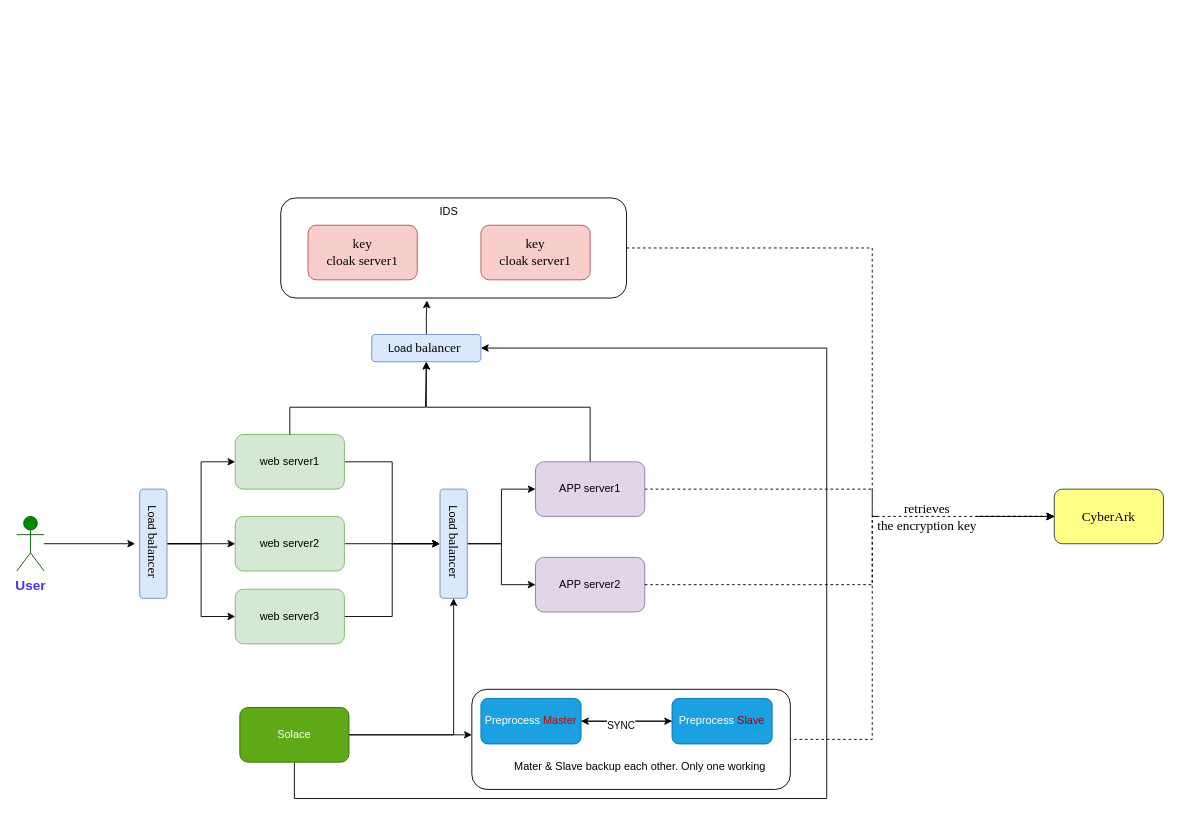
The draw.io diagram page "System Arth" (3 of 3) of design-uml/src/main/Untitled Diagram.drawio in alvin-zj/MyUml, before the edit. Source tidied: cells renumbered, new cells numbered last; positions are measured from the earlier drawing's top-left corner, leaving out a move shared by most shapes. Both pictures are drawn from the tidied source at 91%, with x=0, y=0 at pixel (16, 197).
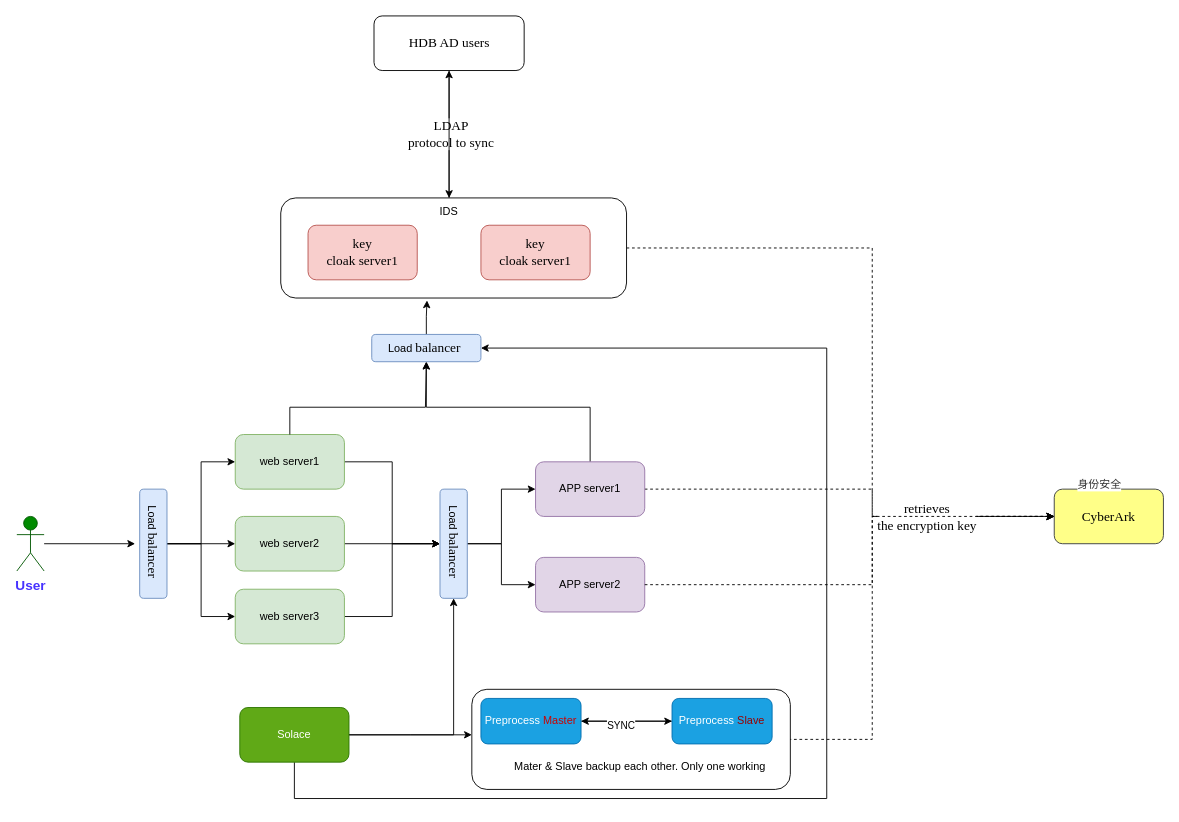
Above is the later version.

The change refers to these unchanged cells:
```xml
<mxCell id="22" value="IDS" style="text;html=1;whiteSpace=wrap;strokeColor=none;fillColor=none;align=center;verticalAlign=middle;rounded=0;" parent="1" vertex="1">
  <mxGeometry x="445" width="60" height="30" as="geometry" />
</mxCell>
```

Change to the diagram source:
```diff
@@
+    <mxCell id="45" style="edgeStyle=orthogonalEdgeStyle;rounded=0;jettySize=auto;html=1;" parent="1" edge="1" source="22" target="48">
+      <mxGeometry relative="1" as="geometry" />
+    </mxCell>
+    <mxCell id="46" value="&lt;span lang=&quot;EN-US&quot; style=&quot;font-size:11.0pt;line-height:&lt;br/&gt;107%;font-family:&amp;quot;Times New Roman&amp;quot;,serif;mso-fareast-font-family:等线;mso-fareast-theme-font:&lt;br/&gt;minor-fareast;mso-bidi-font-family:Arial;mso-bidi-theme-font:minor-bidi;&lt;br/&gt;mso-ansi-language:EN-US;mso-fareast-language:ZH-CN;mso-bidi-language:AR-SA&quot;&gt;LDAP&lt;br/&gt;protocol to sync&lt;/span&gt;" style="edgeLabel;html=1;align=center;verticalAlign=middle;" parent="45" vertex="1">
+      <mxGeometry x="0.02" y="-1" relative="1" as="geometry" />
+    </mxCell>
@@
+    <mxCell id="47" style="edgeStyle=orthogonalEdgeStyle;rounded=0;jettySize=auto;html=1;entryX=0.5;entryY=0;entryDx=0;entryDy=0;flowAnimation=1;" parent="1" edge="1" source="48" target="22">
+      <mxGeometry relative="1" as="geometry" />
+    </mxCell>
+    <mxCell id="48" value="&lt;br&gt;&lt;span lang=&quot;EN-US&quot; style=&quot;font-size:11.0pt;line-height:&amp;lt;br/&amp;gt;107%;font-family:&amp;quot;Times New Roman&amp;quot;,serif;mso-fareast-font-family:等线;mso-fareast-theme-font:&amp;lt;br/&amp;gt;minor-fareast;mso-bidi-font-family:Arial;mso-bidi-theme-font:minor-bidi;&amp;lt;br/&amp;gt;mso-ansi-language:EN-US;mso-fareast-language:ZH-CN;mso-bidi-language:AR-SA&quot;&gt;HDB AD users&lt;/span&gt;&lt;div&gt;&lt;br&gt;&lt;/div&gt;" style="rounded=1;whiteSpace=wrap;html=1;" parent="1" vertex="1">
+      <mxGeometry x="392.5" y="-200" width="165" height="60" as="geometry" />
+    </mxCell>
+    <mxCell id="49" value="&lt;span style=&quot;color: rgb(51, 51, 51); font-family: consolas, Courier, &amp;quot;MS Courier New&amp;quot;, monospace; text-align: left; white-space: pre; background-color: rgb(255, 255, 255);&quot;&gt;身份安全&lt;/span&gt;" style="text;html=1;whiteSpace=wrap;strokeColor=none;fillColor=none;align=center;verticalAlign=middle;rounded=0;" parent="1" vertex="1">
+      <mxGeometry x="1160" y="300" width="60" height="30" as="geometry" />
+    </mxCell>
```
